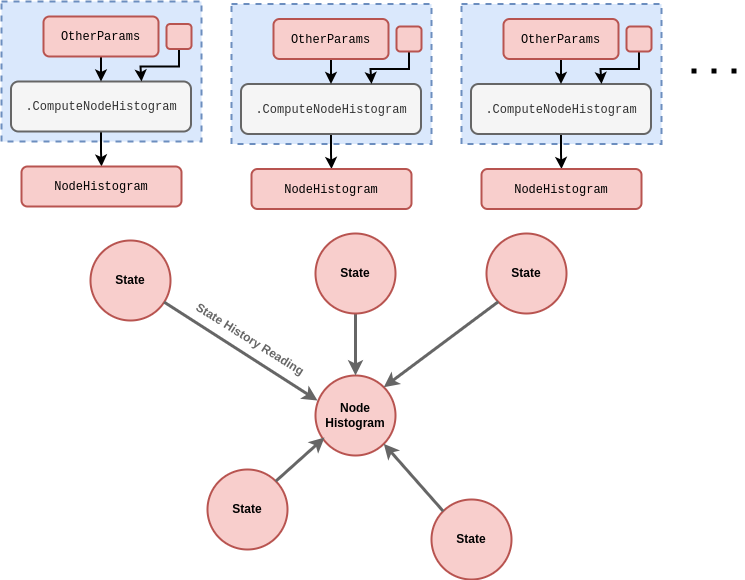
The draw.io diagram assets/dexetera/dexetera-network-state-partition-graph.drawio.png in umbralcalc/umbralcalc.github.io, before a commit. Source tidied: cells renumbered, new cells last; positions are measured from the earlier drawing's top-left corner, leaving out a move shared by most shapes.
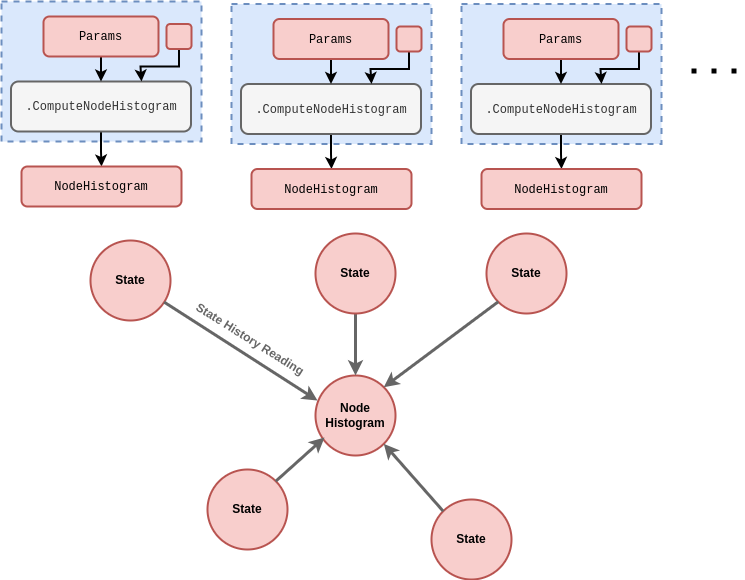
After the commit.

What changed in the source:
```diff
@@ -52,7 +52,7 @@
     <mxCell id="17" style="edgeStyle=orthogonalEdgeStyle;rounded=0;jettySize=auto;html=1;entryX=0.5;entryY=0;entryDx=0;entryDy=0;strokeWidth=2;" parent="1" edge="1" source="18" target="15">
       <mxGeometry relative="1" as="geometry" />
     </mxCell>
-    <mxCell id="18" value="&lt;font face=&quot;Courier New&quot;&gt;OtherParams&lt;/font&gt;" style="rounded=1;whiteSpace=wrap;html=1;strokeWidth=2;fillColor=#f8cecc;strokeColor=#b85450;" parent="1" vertex="1">
+    <mxCell id="18" value="&lt;font face=&quot;Courier New&quot;&gt;Params&lt;/font&gt;" style="rounded=1;whiteSpace=wrap;html=1;strokeWidth=2;fillColor=#f8cecc;strokeColor=#b85450;" parent="1" vertex="1">
       <mxGeometry x="42" y="15" width="115" height="40" as="geometry" />
     </mxCell>
     <mxCell id="19" style="edgeStyle=orthogonalEdgeStyle;rounded=0;jettySize=auto;html=1;entryX=0.75;entryY=0;entryDx=0;entryDy=0;strokeWidth=2;" parent="1" edge="1" source="20">
@@ -83,7 +83,7 @@
     <mxCell id="25" style="edgeStyle=orthogonalEdgeStyle;rounded=0;jettySize=auto;html=1;entryX=0.5;entryY=0;entryDx=0;entryDy=0;strokeWidth=2;" parent="1" edge="1" source="26" target="23">
       <mxGeometry relative="1" as="geometry" />
     </mxCell>
-    <mxCell id="26" value="&lt;font face=&quot;Courier New&quot;&gt;OtherParams&lt;/font&gt;" style="rounded=1;whiteSpace=wrap;html=1;strokeWidth=2;fillColor=#f8cecc;strokeColor=#b85450;" parent="1" vertex="1">
+    <mxCell id="26" value="&lt;font face=&quot;Courier New&quot;&gt;Params&lt;/font&gt;" style="rounded=1;whiteSpace=wrap;html=1;strokeWidth=2;fillColor=#f8cecc;strokeColor=#b85450;" parent="1" vertex="1">
       <mxGeometry x="272" y="17.5" width="115" height="40" as="geometry" />
     </mxCell>
     <mxCell id="27" style="edgeStyle=orthogonalEdgeStyle;rounded=0;jettySize=auto;html=1;entryX=0.75;entryY=0;entryDx=0;entryDy=0;strokeWidth=2;" parent="1" edge="1" source="28">
@@ -114,7 +114,7 @@
     <mxCell id="33" style="edgeStyle=orthogonalEdgeStyle;rounded=0;jettySize=auto;html=1;entryX=0.5;entryY=0;entryDx=0;entryDy=0;strokeWidth=2;" parent="1" edge="1" source="34" target="31">
       <mxGeometry relative="1" as="geometry" />
     </mxCell>
-    <mxCell id="34" value="&lt;font face=&quot;Courier New&quot;&gt;OtherParams&lt;/font&gt;" style="rounded=1;whiteSpace=wrap;html=1;strokeWidth=2;fillColor=#f8cecc;strokeColor=#b85450;" parent="1" vertex="1">
+    <mxCell id="34" value="&lt;font face=&quot;Courier New&quot;&gt;Params&lt;/font&gt;" style="rounded=1;whiteSpace=wrap;html=1;strokeWidth=2;fillColor=#f8cecc;strokeColor=#b85450;" parent="1" vertex="1">
       <mxGeometry x="502" y="17.5" width="115" height="40" as="geometry" />
     </mxCell>
     <mxCell id="35" style="edgeStyle=orthogonalEdgeStyle;rounded=0;jettySize=auto;html=1;entryX=0.75;entryY=0;entryDx=0;entryDy=0;strokeWidth=2;" parent="1" edge="1" source="36">
```
